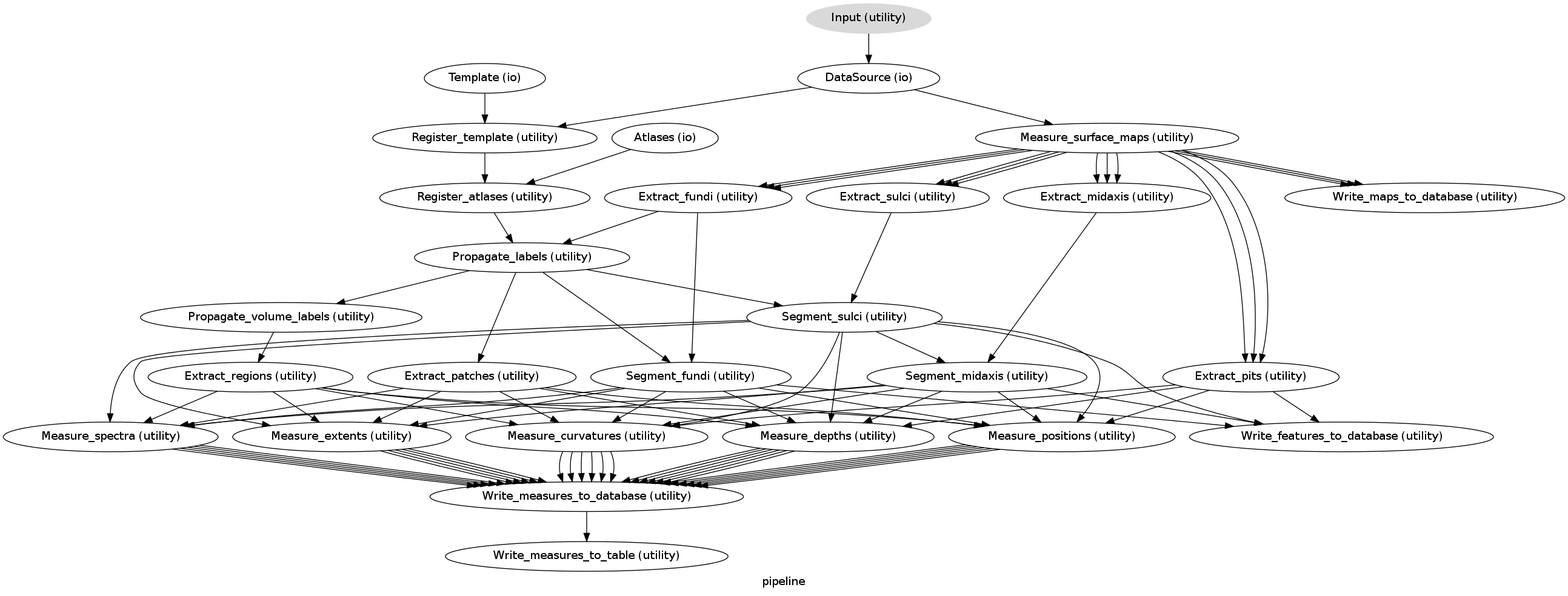
nipy/mindboggle keeps this Graphviz diagram as pipeline/graph.dot.png. Above is the earlier version. Its source is kept beside it as pipeline/graph.dot.
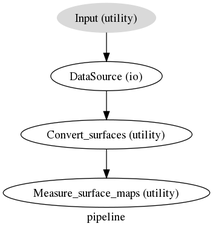
The same file after the commit.

The edit, as a diff of the source:
```diff
@@ -1,123 +1,10 @@
 digraph pipeline{
   label="pipeline";
-  pipeline_Template[label="Template (io)"];
-  pipeline_Atlases[label="Atlases (io)"];
   pipeline_Input[label="Input (utility)", style=filled, colorscheme=greys7 color=2];
   pipeline_DataSource[label="DataSource (io)"];
-  pipeline_Register_template[label="Register_template (utility)"];
-  pipeline_Register_atlases[label="Register_atlases (utility)"];
+  pipeline_Convert_surfaces[label="Convert_surfaces (utility)"];
   pipeline_Measure_surface_maps[label="Measure_surface_maps (utility)"];
-  pipeline_Extract_pits[label="Extract_pits (utility)"];
-  pipeline_Extract_sulci[label="Extract_sulci (utility)"];
-  pipeline_Extract_fundi[label="Extract_fundi (utility)"];
-  pipeline_Propagate_labels[label="Propagate_labels (utility)"];
-  pipeline_Propagate_volume_labels[label="Propagate_volume_labels (utility)"];
-  pipeline_Extract_regions[label="Extract_regions (utility)"];
-  pipeline_Segment_sulci[label="Segment_sulci (utility)"];
-  pipeline_Extract_patches[label="Extract_patches (utility)"];
-  pipeline_Segment_fundi[label="Segment_fundi (utility)"];
-  pipeline_Write_maps_to_database[label="Write_maps_to_database (utility)"];
-  pipeline_Extract_midaxis[label="Extract_midaxis (utility)"];
-  pipeline_Segment_midaxis[label="Segment_midaxis (utility)"];
-  pipeline_Measure_depths[label="Measure_depths (utility)"];
-  pipeline_Measure_positions[label="Measure_positions (utility)"];
-  pipeline_Write_features_to_database[label="Write_features_to_database (utility)"];
-  pipeline_Measure_extents[label="Measure_extents (utility)"];
-  pipeline_Measure_spectra[label="Measure_spectra (utility)"];
-  pipeline_Measure_curvatures[label="Measure_curvatures (utility)"];
-  pipeline_Write_measures_to_database[label="Write_measures_to_database (utility)"];
-  pipeline_Write_measures_to_table[label="Write_measures_to_table (utility)"];
-  pipeline_Template -> pipeline_Register_template;
-  pipeline_Atlases -> pipeline_Register_atlases;
   pipeline_Input -> pipeline_DataSource;
-  pipeline_DataSource -> pipeline_Measure_surface_maps;
-  pipeline_DataSource -> pipeline_Register_template;
-  pipeline_Register_template -> pipeline_Register_atlases;
-  pipeline_Register_atlases -> pipeline_Propagate_labels;
-  pipeline_Measure_surface_maps -> pipeline_Extract_pits;
-  pipeline_Measure_surface_maps -> pipeline_Extract_pits;
-  pipeline_Measure_surface_maps -> pipeline_Extract_pits;
-  pipeline_Measure_surface_maps -> pipeline_Extract_sulci;
-  pipeline_Measure_surface_maps -> pipeline_Extract_sulci;
-  pipeline_Measure_surface_maps -> pipeline_Extract_sulci;
-  pipeline_Measure_surface_maps -> pipeline_Write_maps_to_database;
-  pipeline_Measure_surface_maps -> pipeline_Write_maps_to_database;
-  pipeline_Measure_surface_maps -> pipeline_Write_maps_to_database;
-  pipeline_Measure_surface_maps -> pipeline_Extract_midaxis;
-  pipeline_Measure_surface_maps -> pipeline_Extract_midaxis;
-  pipeline_Measure_surface_maps -> pipeline_Extract_midaxis;
-  pipeline_Measure_surface_maps -> pipeline_Extract_fundi;
-  pipeline_Measure_surface_maps -> pipeline_Extract_fundi;
-  pipeline_Measure_surface_maps -> pipeline_Extract_fundi;
-  pipeline_Extract_pits -> pipeline_Measure_positions;
-  pipeline_Extract_pits -> pipeline_Write_features_to_database;
-  pipeline_Extract_pits -> pipeline_Measure_depths;
-  pipeline_Extract_pits -> pipeline_Measure_curvatures;
-  pipeline_Extract_sulci -> pipeline_Segment_sulci;
-  pipeline_Extract_fundi -> pipeline_Segment_fundi;
-  pipeline_Extract_fundi -> pipeline_Propagate_labels;
-  pipeline_Propagate_labels -> pipeline_Propagate_volume_labels;
-  pipeline_Propagate_labels -> pipeline_Segment_sulci;
-  pipeline_Propagate_labels -> pipeline_Segment_fundi;
-  pipeline_Propagate_labels -> pipeline_Extract_patches;
-  pipeline_Propagate_volume_labels -> pipeline_Extract_regions;
-  pipeline_Extract_regions -> pipeline_Measure_spectra;
-  pipeline_Extract_regions -> pipeline_Measure_positions;
-  pipeline_Extract_regions -> pipeline_Measure_extents;
-  pipeline_Extract_regions -> pipeline_Measure_curvatures;
-  pipeline_Extract_regions -> pipeline_Measure_depths;
-  pipeline_Segment_sulci -> pipeline_Measure_curvatures;
-  pipeline_Segment_sulci -> pipeline_Measure_depths;
-  pipeline_Segment_sulci -> pipeline_Measure_spectra;
-  pipeline_Segment_sulci -> pipeline_Segment_midaxis;
-  pipeline_Segment_sulci -> pipeline_Measure_positions;
-  pipeline_Segment_sulci -> pipeline_Write_features_to_database;
-  pipeline_Segment_sulci -> pipeline_Measure_extents;
-  pipeline_Extract_patches -> pipeline_Measure_spectra;
-  pipeline_Extract_patches -> pipeline_Measure_positions;
-  pipeline_Extract_patches -> pipeline_Measure_extents;
-  pipeline_Extract_patches -> pipeline_Measure_curvatures;
-  pipeline_Extract_patches -> pipeline_Measure_depths;
-  pipeline_Segment_fundi -> pipeline_Measure_curvatures;
-  pipeline_Segment_fundi -> pipeline_Measure_depths;
-  pipeline_Segment_fundi -> pipeline_Measure_spectra;
-  pipeline_Segment_fundi -> pipeline_Measure_positions;
-  pipeline_Segment_fundi -> pipeline_Write_features_to_database;
-  pipeline_Segment_fundi -> pipeline_Measure_extents;
-  pipeline_Extract_midaxis -> pipeline_Segment_midaxis;
-  pipeline_Segment_midaxis -> pipeline_Measure_curvatures;
-  pipeline_Segment_midaxis -> pipeline_Measure_depths;
-  pipeline_Segment_midaxis -> pipeline_Measure_spectra;
-  pipeline_Segment_midaxis -> pipeline_Measure_positions;
-  pipeline_Segment_midaxis -> pipeline_Write_features_to_database;
-  pipeline_Segment_midaxis -> pipeline_Measure_extents;
-  pipeline_Measure_depths -> pipeline_Write_measures_to_database;
-  pipeline_Measure_depths -> pipeline_Write_measures_to_database;
-  pipeline_Measure_depths -> pipeline_Write_measures_to_database;
-  pipeline_Measure_depths -> pipeline_Write_measures_to_database;
-  pipeline_Measure_depths -> pipeline_Write_measures_to_database;
-  pipeline_Measure_depths -> pipeline_Write_measures_to_database;
-  pipeline_Measure_positions -> pipeline_Write_measures_to_database;
-  pipeline_Measure_positions -> pipeline_Write_measures_to_database;
-  pipeline_Measure_positions -> pipeline_Write_measures_to_database;
-  pipeline_Measure_positions -> pipeline_Write_measures_to_database;
-  pipeline_Measure_positions -> pipeline_Write_measures_to_database;
-  pipeline_Measure_positions -> pipeline_Write_measures_to_database;
-  pipeline_Measure_extents -> pipeline_Write_measures_to_database;
-  pipeline_Measure_extents -> pipeline_Write_measures_to_database;
-  pipeline_Measure_extents -> pipeline_Write_measures_to_database;
-  pipeline_Measure_extents -> pipeline_Write_measures_to_database;
-  pipeline_Measure_extents -> pipeline_Write_measures_to_database;
-  pipeline_Measure_spectra -> pipeline_Write_measures_to_database;
-  pipeline_Measure_spectra -> pipeline_Write_measures_to_database;
-  pipeline_Measure_spectra -> pipeline_Write_measures_to_database;
-  pipeline_Measure_spectra -> pipeline_Write_measures_to_database;
-  pipeline_Measure_spectra -> pipeline_Write_measures_to_database;
-  pipeline_Measure_curvatures -> pipeline_Write_measures_to_database;
-  pipeline_Measure_curvatures -> pipeline_Write_measures_to_database;
-  pipeline_Measure_curvatures -> pipeline_Write_measures_to_database;
-  pipeline_Measure_curvatures -> pipeline_Write_measures_to_database;
-  pipeline_Measure_curvatures -> pipeline_Write_measures_to_database;
-  pipeline_Measure_curvatures -> pipeline_Write_measures_to_database;
-  pipeline_Write_measures_to_database -> pipeline_Write_measures_to_table;
+  pipeline_DataSource -> pipeline_Convert_surfaces;
+  pipeline_Convert_surfaces -> pipeline_Measure_surface_maps;
 }
```
